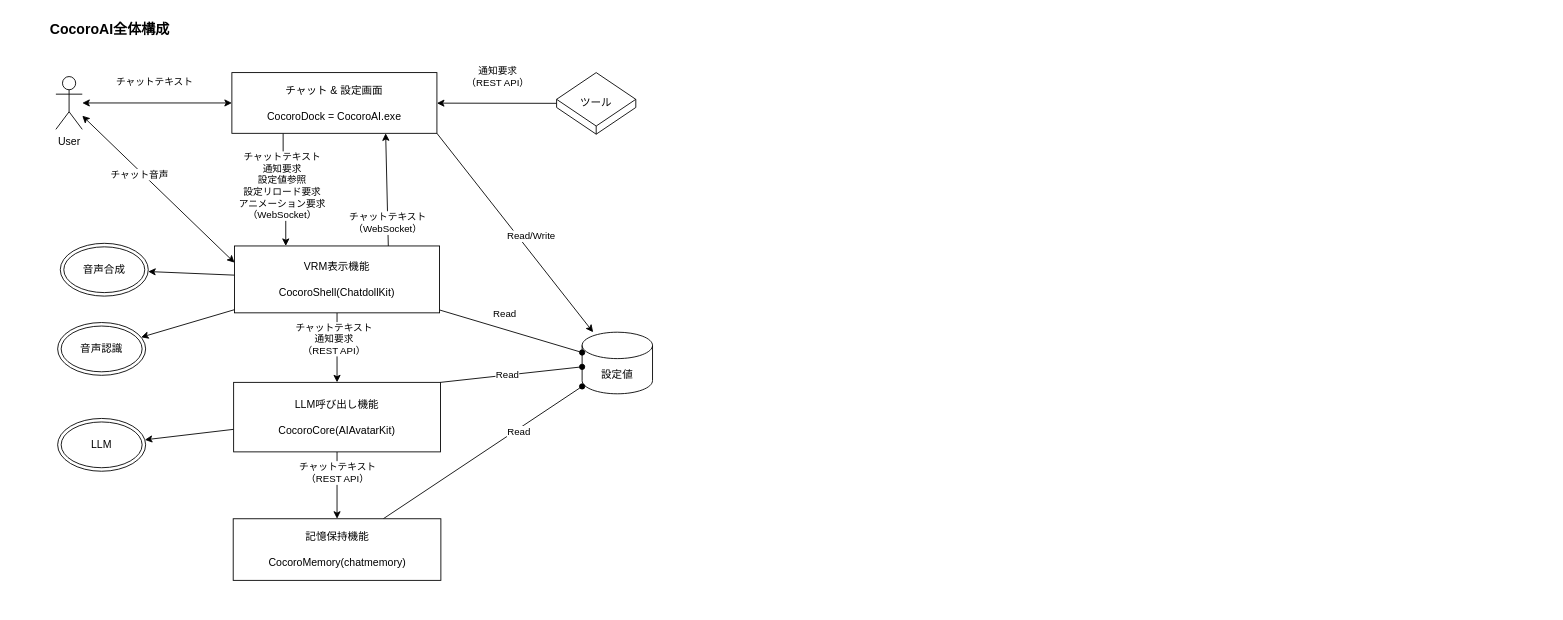
This is CocoroAI全体構成.drawio from hirona98/CocoroCore, a draw.io file, before an edit. Source tidied: cells renumbered, new cells numbered last; positions are measured from the earlier drawing's top-left corner, leaving out a move shared by most shapes. Both pictures are drawn from the tidied source at 88%, with x=0, y=0 at pixel (43, 15).
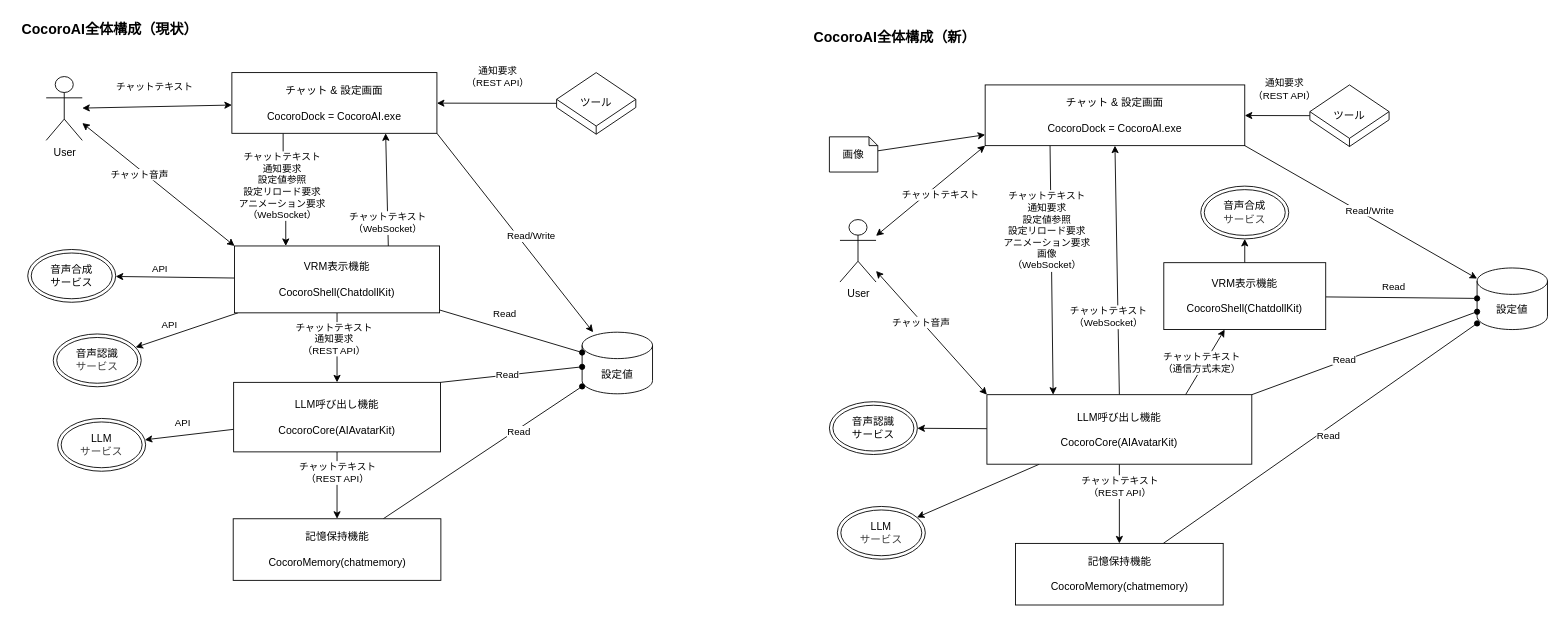
The same page after the edit.

Commit message:
全体構成図の更新

The change refers to these unchanged cells:
```xml
<mxCell id="14" style="rounded=0;jettySize=auto;html=1;" parent="1" edge="1" source="16" target="36">
  <mxGeometry relative="1" as="geometry" />
</mxCell>
<mxCell id="15" style="rounded=0;jettySize=auto;html=1;" parent="1" edge="1" source="16" target="37">
  <mxGeometry relative="1" as="geometry" />
</mxCell>
<mxCell id="16" value="&lt;div&gt;VRM表示機能&lt;/div&gt;&lt;div&gt;&lt;br&gt;&lt;/div&gt;&lt;div&gt;CocoroShell(ChatdollKit)&lt;/div&gt;" style="rounded=0;whiteSpace=wrap;html=1;" parent="1" vertex="1">
  <mxGeometry x="217" y="262" width="233" height="76" as="geometry" />
</mxCell>
<mxCell id="17" style="rounded=0;jettySize=auto;html=1;" parent="1" edge="1" source="22" target="31">
  <mxGeometry relative="1" as="geometry" />
</mxCell>
```

Diff of the diagram source:
```diff
@@
+    <mxCell id="38" value="API" style="edgeLabel;html=1;align=center;verticalAlign=middle;" parent="14" vertex="1">
+      <mxGeometry x="0.11" y="-4" relative="1" as="geometry">
+        <mxPoint x="-11" y="-6" as="offset" />
+      </mxGeometry>
+    </mxCell>
@@
+    <mxCell id="39" value="API" style="edgeLabel;html=1;align=center;verticalAlign=middle;" parent="15" vertex="1">
+      <mxGeometry x="0.1" y="-2" relative="1" as="geometry">
+        <mxPoint x="-13" y="-6" as="offset" />
+      </mxGeometry>
+    </mxCell>
@@
+    <mxCell id="40" value="API" style="edgeLabel;html=1;align=center;verticalAlign=middle;" parent="17" vertex="1">
+      <mxGeometry x="0.25" y="1" relative="1" as="geometry">
+        <mxPoint x="5" y="-16" as="offset" />
+      </mxGeometry>
+    </mxCell>
@@
-    <mxCell id="25" style="rounded=0;jettySize=auto;html=1;entryX=0;entryY=0.25;entryDx=0;entryDy=0;startArrow=classic;startFill=1;" parent="1" edge="1" source="27" target="16">
+    <mxCell id="25" style="rounded=0;jettySize=auto;html=1;entryX=0;entryY=0;entryDx=0;entryDy=0;startArrow=classic;startFill=1;" parent="1" edge="1" source="27" target="16">
       <mxGeometry relative="1" as="geometry" />
     </mxCell>
@@
     <mxCell id="27" value="User" style="shape=umlActor;verticalLabelPosition=bottom;verticalAlign=top;html=1;outlineConnect=0;" parent="1" vertex="1">
-      <mxGeometry x="14" y="69.5" width="30" height="60" as="geometry" />
+      <mxGeometry x="3" y="69.5" width="41" height="72.5" as="geometry" />
     </mxCell>
@@
-    <mxCell id="31" value="LLM" style="ellipse;shape=doubleEllipse;whiteSpace=wrap;html=1;" parent="1" vertex="1">
+    <mxCell id="31" value="LLM&lt;div&gt;&lt;span style=&quot;color: rgb(63, 63, 63);&quot;&gt;サービス&lt;/span&gt;&lt;/div&gt;" style="ellipse;shape=doubleEllipse;whiteSpace=wrap;html=1;" parent="1" vertex="1">
       <mxGeometry x="16" y="458" width="100" height="60" as="geometry" />
     </mxCell>
@@
-    <mxCell id="35" value="CocoroAI全体構成" style="text;html=1;align=center;verticalAlign=middle;strokeColor=none;fillColor=none;fontStyle=1;fontSize=16;" parent="1" vertex="1">
-      <mxGeometry width="149" height="31" as="geometry" />
+    <mxCell id="35" value="CocoroAI全体構成（現状）" style="text;html=1;align=center;verticalAlign=middle;strokeColor=none;fillColor=none;fontStyle=1;fontSize=16;" parent="1" vertex="1">
+      <mxGeometry x="-32" width="213" height="31" as="geometry" />
     </mxCell>
-    <mxCell id="36" value="音声合成" style="ellipse;shape=doubleEllipse;whiteSpace=wrap;html=1;" parent="1" vertex="1">
-      <mxGeometry x="19" y="259" width="100" height="60" as="geometry" />
+    <mxCell id="36" value="音声合成&lt;div&gt;サービス&lt;/div&gt;" style="ellipse;shape=doubleEllipse;whiteSpace=wrap;html=1;" parent="1" vertex="1">
+      <mxGeometry x="-18" y="266" width="100" height="60" as="geometry" />
     </mxCell>
-    <mxCell id="37" value="音声認識" style="ellipse;shape=doubleEllipse;whiteSpace=wrap;html=1;" parent="1" vertex="1">
-      <mxGeometry x="16" y="349" width="100" height="60" as="geometry" />
+    <mxCell id="37" value="音声認識&lt;div&gt;&lt;span style=&quot;color: rgb(63, 63, 63);&quot;&gt;サービス&lt;/span&gt;&lt;/div&gt;" style="ellipse;shape=doubleEllipse;whiteSpace=wrap;html=1;" parent="1" vertex="1">
+      <mxGeometry x="11" y="362" width="100" height="60" as="geometry" />
     </mxCell>
+    <mxCell id="41" value="設定値" style="shape=cylinder3;whiteSpace=wrap;html=1;boundedLbl=1;backgroundOutline=1;size=15;" parent="1" vertex="1">
+      <mxGeometry x="1629" y="287" width="80" height="70" as="geometry" />
+    </mxCell>
+    <mxCell id="42" style="rounded=0;jettySize=auto;html=1;exitX=0.25;exitY=1;exitDx=0;exitDy=0;entryX=0.25;entryY=0;entryDx=0;entryDy=0;" parent="1" edge="1" source="46" target="61">
+      <mxGeometry relative="1" as="geometry" />
+    </mxCell>
+    <mxCell id="43" value="チャットテキスト&lt;div&gt;通知要求&lt;br&gt;&lt;div&gt;設定値参照&lt;/div&gt;&lt;div&gt;設定リロード要求&lt;/div&gt;&lt;div&gt;アニメーション要求&lt;/div&gt;&lt;div&gt;画像&lt;br&gt;&lt;div&gt;&lt;div&gt;（WebSocket）&lt;/div&gt;&lt;/div&gt;&lt;/div&gt;&lt;/div&gt;" style="edgeLabel;html=1;align=center;verticalAlign=middle;" parent="42" vertex="1">
+      <mxGeometry x="-0.53" y="1" relative="1" as="geometry">
+        <mxPoint x="-6" y="30" as="offset" />
+      </mxGeometry>
+    </mxCell>
+    <mxCell id="44" style="rounded=0;jettySize=auto;html=1;exitX=1;exitY=1;exitDx=0;exitDy=0;" parent="1" edge="1" source="46" target="41">
+      <mxGeometry relative="1" as="geometry" />
+    </mxCell>
+    <mxCell id="45" value="Read/Write" style="edgeLabel;html=1;align=center;verticalAlign=middle;" parent="44" vertex="1">
+      <mxGeometry x="0.19" y="-5" relative="1" as="geometry">
+        <mxPoint x="-13" y="-21" as="offset" />
+      </mxGeometry>
+    </mxCell>
+    <mxCell id="46" value="&lt;div&gt;&lt;span style=&quot;background-color: transparent; color: light-dark(rgb(0, 0, 0), rgb(255, 255, 255));&quot;&gt;チャット &amp;amp;&amp;nbsp;&lt;/span&gt;&lt;span style=&quot;background-color: transparent; color: light-dark(rgb(0, 0, 0), rgb(255, 255, 255));&quot;&gt;設定画面&lt;/span&gt;&lt;/div&gt;&lt;div&gt;&lt;br&gt;&lt;/div&gt;&lt;div&gt;CocoroDock = CocoroAI.exe&lt;/div&gt;" style="rounded=0;whiteSpace=wrap;html=1;" parent="1" vertex="1">
+      <mxGeometry x="1070" y="79" width="295" height="69" as="geometry" />
+    </mxCell>
+    <mxCell id="47" style="rounded=0;jettySize=auto;html=1;endArrow=oval;endFill=1;" parent="1" edge="1" source="51" target="41">
+      <mxGeometry relative="1" as="geometry" />
+    </mxCell>
+    <mxCell id="48" value="Read" style="edgeLabel;html=1;align=center;verticalAlign=middle;" parent="47" vertex="1">
+      <mxGeometry x="-0.31" y="-2" relative="1" as="geometry">
+        <mxPoint x="18" y="-15" as="offset" />
+      </mxGeometry>
+    </mxCell>
+    <mxCell id="49" style="rounded=0;jettySize=auto;html=1;" parent="1" edge="1" source="51" target="75">
+      <mxGeometry relative="1" as="geometry" />
+    </mxCell>
+    <mxCell id="50" style="rounded=0;jettySize=auto;html=1;" parent="1" edge="1" source="61" target="76">
+      <mxGeometry relative="1" as="geometry" />
+    </mxCell>
+    <mxCell id="51" value="&lt;div&gt;VRM表示機能&lt;/div&gt;&lt;div&gt;&lt;br&gt;&lt;/div&gt;&lt;div&gt;CocoroShell(ChatdollKit)&lt;/div&gt;" style="rounded=0;whiteSpace=wrap;html=1;" parent="1" vertex="1">
+      <mxGeometry x="1273" y="281" width="184" height="76" as="geometry" />
+    </mxCell>
+    <mxCell id="52" style="rounded=0;jettySize=auto;html=1;" parent="1" edge="1" source="61" target="70">
+      <mxGeometry relative="1" as="geometry" />
+    </mxCell>
+    <mxCell id="53" style="rounded=0;jettySize=auto;html=1;exitX=1;exitY=0;exitDx=0;exitDy=0;endArrow=oval;endFill=1;" parent="1" edge="1" source="61" target="41">
+      <mxGeometry relative="1" as="geometry" />
+    </mxCell>
+    <mxCell id="54" value="Read" style="edgeLabel;html=1;align=center;verticalAlign=middle;" parent="53" vertex="1">
+      <mxGeometry x="0.38" y="-1" relative="1" as="geometry">
+        <mxPoint x="-72" y="24" as="offset" />
+      </mxGeometry>
+    </mxCell>
+    <mxCell id="55" style="rounded=0;jettySize=auto;html=1;" parent="1" edge="1" source="61" target="73">
+      <mxGeometry relative="1" as="geometry" />
+    </mxCell>
+    <mxCell id="56" value="チャットテキスト&lt;div&gt;&lt;span style=&quot;background-color: light-dark(#ffffff, var(--ge-dark-color, #121212)); color: light-dark(rgb(0, 0, 0), rgb(255, 255, 255));&quot;&gt;（REST API）&lt;/span&gt;&lt;/div&gt;" style="edgeLabel;html=1;align=center;verticalAlign=middle;" parent="55" vertex="1">
+      <mxGeometry x="-0.74" y="-2" relative="1" as="geometry">
+        <mxPoint x="2" y="13" as="offset" />
+      </mxGeometry>
+    </mxCell>
+    <mxCell id="57" style="edgeStyle=none;html=1;exitX=0.75;exitY=0;exitDx=0;exitDy=0;" parent="1" edge="1" source="61" target="51">
+      <mxGeometry relative="1" as="geometry" />
+    </mxCell>
+    <mxCell id="58" value="チャットテキスト&lt;div&gt;（通信方式未定）&lt;/div&gt;" style="edgeLabel;html=1;align=center;verticalAlign=middle;" parent="57" vertex="1">
+      <mxGeometry x="-0.21" relative="1" as="geometry">
+        <mxPoint y="-7" as="offset" />
+      </mxGeometry>
+    </mxCell>
+    <mxCell id="59" style="edgeStyle=none;html=1;entryX=0.5;entryY=1;entryDx=0;entryDy=0;exitX=0.5;exitY=0;exitDx=0;exitDy=0;" parent="1" edge="1" source="61" target="46">
+      <mxGeometry relative="1" as="geometry" />
+    </mxCell>
+    <mxCell id="60" value="チャットテキスト&lt;div&gt;（WebSocket）&lt;/div&gt;" style="edgeLabel;html=1;align=center;verticalAlign=middle;" parent="59" vertex="1">
+      <mxGeometry x="0.39" y="2" relative="1" as="geometry">
+        <mxPoint x="-8" y="108" as="offset" />
+      </mxGeometry>
+    </mxCell>
+    <mxCell id="61" value="&lt;div&gt;LLM呼び出し機能&lt;/div&gt;&lt;div&gt;&lt;br&gt;&lt;/div&gt;&lt;div&gt;CocoroCore(AIAvatarKit)&lt;/div&gt;" style="rounded=0;whiteSpace=wrap;html=1;" parent="1" vertex="1">
+      <mxGeometry x="1072" y="431" width="301" height="79" as="geometry" />
+    </mxCell>
+    <mxCell id="62" style="rounded=0;jettySize=auto;html=1;startArrow=classic;startFill=1;entryX=0;entryY=1;entryDx=0;entryDy=0;" parent="1" edge="1" source="66" target="46">
+      <mxGeometry relative="1" as="geometry" />
+    </mxCell>
+    <mxCell id="63" value="チャット&lt;span style=&quot;background-color: light-dark(#ffffff, var(--ge-dark-color, #121212)); color: light-dark(rgb(0, 0, 0), rgb(255, 255, 255));&quot;&gt;テキスト&lt;/span&gt;" style="edgeLabel;html=1;align=center;verticalAlign=middle;" parent="62" vertex="1">
+      <mxGeometry x="-0.56" y="-2" relative="1" as="geometry">
+        <mxPoint x="44" y="-26" as="offset" />
+      </mxGeometry>
+    </mxCell>
+    <mxCell id="64" style="rounded=0;jettySize=auto;html=1;startArrow=classic;startFill=1;entryX=0;entryY=0;entryDx=0;entryDy=0;" parent="1" edge="1" source="66" target="61">
+      <mxGeometry relative="1" as="geometry" />
+    </mxCell>
+    <mxCell id="65" value="チャット音声" style="edgeLabel;html=1;align=center;verticalAlign=middle;" parent="64" vertex="1">
+      <mxGeometry x="-0.41" y="-1" relative="1" as="geometry">
+        <mxPoint x="14" y="16" as="offset" />
+      </mxGeometry>
+    </mxCell>
+    <mxCell id="66" value="User" style="shape=umlActor;verticalLabelPosition=bottom;verticalAlign=top;html=1;outlineConnect=0;" parent="1" vertex="1">
+      <mxGeometry x="905" y="232" width="41" height="71" as="geometry" />
+    </mxCell>
+    <mxCell id="67" style="rounded=0;jettySize=auto;html=1;" parent="1" edge="1" source="69" target="46">
+      <mxGeometry relative="1" as="geometry" />
+    </mxCell>
+    <mxCell id="68" value="通知要求&lt;div&gt;&lt;div&gt;（REST API）&lt;/div&gt;&lt;/div&gt;" style="edgeLabel;html=1;align=center;verticalAlign=middle;" parent="67" vertex="1">
+      <mxGeometry x="-0.42" y="-2" relative="1" as="geometry">
+        <mxPoint x="-9" y="-28" as="offset" />
+      </mxGeometry>
+    </mxCell>
+    <mxCell id="69" value="ツール" style="html=1;whiteSpace=wrap;shape=isoCube2;backgroundOutline=1;isoAngle=20.714285714285715;" parent="1" vertex="1">
+      <mxGeometry x="1439" y="79" width="90" height="70" as="geometry" />
+    </mxCell>
+    <mxCell id="70" value="LLM&lt;div&gt;&lt;span style=&quot;color: rgb(63, 63, 63);&quot;&gt;サービス&lt;/span&gt;&lt;/div&gt;" style="ellipse;shape=doubleEllipse;whiteSpace=wrap;html=1;" parent="1" vertex="1">
+      <mxGeometry x="902" y="558" width="100" height="60" as="geometry" />
+    </mxCell>
+    <mxCell id="71" style="rounded=0;jettySize=auto;html=1;endArrow=oval;endFill=1;" parent="1" edge="1" source="73" target="41">
+      <mxGeometry relative="1" as="geometry" />
+    </mxCell>
+    <mxCell id="72" value="Read" style="edgeLabel;html=1;align=center;verticalAlign=middle;" parent="71" vertex="1">
+      <mxGeometry x="0.35" y="-2" relative="1" as="geometry">
+        <mxPoint x="-55" y="45" as="offset" />
+      </mxGeometry>
+    </mxCell>
+    <mxCell id="73" value="&lt;div&gt;記憶保持機能&lt;/div&gt;&lt;div&gt;&lt;br&gt;&lt;/div&gt;&lt;div&gt;CocoroMemory(chatmemory)&lt;/div&gt;" style="rounded=0;whiteSpace=wrap;html=1;" parent="1" vertex="1">
+      <mxGeometry x="1104.5" y="600" width="236" height="70" as="geometry" />
+    </mxCell>
+    <mxCell id="74" value="CocoroAI全体構成（新）" style="text;html=1;align=center;verticalAlign=middle;strokeColor=none;fillColor=none;fontStyle=1;fontSize=16;" parent="1" vertex="1">
+      <mxGeometry x="868" y="9" width="197" height="31" as="geometry" />
+    </mxCell>
+    <mxCell id="75" value="音声合成&lt;div&gt;&lt;span style=&quot;color: rgb(63, 63, 63);&quot;&gt;サービス&lt;/span&gt;&lt;/div&gt;" style="ellipse;shape=doubleEllipse;whiteSpace=wrap;html=1;" parent="1" vertex="1">
+      <mxGeometry x="1315" y="194" width="100" height="60" as="geometry" />
+    </mxCell>
+    <mxCell id="76" value="音声認識&lt;div&gt;サービス&lt;/div&gt;" style="ellipse;shape=doubleEllipse;whiteSpace=wrap;html=1;" parent="1" vertex="1">
+      <mxGeometry x="893" y="439" width="100" height="60" as="geometry" />
+    </mxCell>
+    <mxCell id="77" style="edgeStyle=none;html=1;" parent="1" edge="1" source="78" target="46">
+      <mxGeometry relative="1" as="geometry" />
+    </mxCell>
+    <mxCell id="78" value="画像" style="shape=note;whiteSpace=wrap;html=1;backgroundOutline=1;darkOpacity=0.05;size=10;" parent="1" vertex="1">
+      <mxGeometry x="893" y="138" width="55" height="40" as="geometry" />
+    </mxCell>
```
